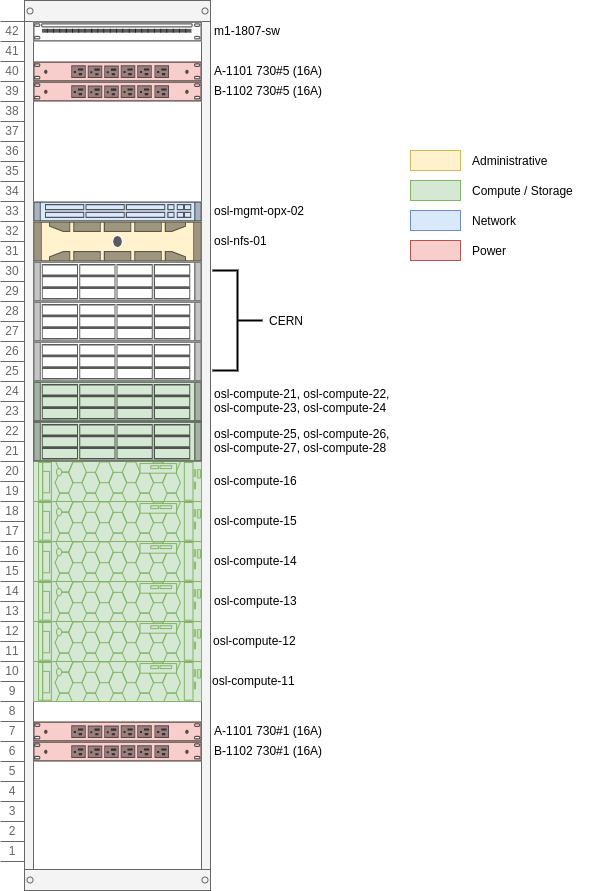
The draw.io diagram docs/team/development/images/osl-rack-3.png in norcams/iaas, before a commit. Source tidied: cells renumbered, new cells last; positions are measured from the earlier drawing's top-left corner, leaving out a move shared by most shapes. Its diagram source:
```xml
<mxGraphModel>
  <root>
    <mxCell id="0" />
    <mxCell id="1" parent="0" />
    <mxCell id="2" style="strokeColor=#666666;html=1;verticalLabelPosition=bottom;labelBackgroundColor=#ffffff;verticalAlign=top;shadow=0;dashed=0;shape=mxgraph.rackGeneral.container;fillColor2=#f4f4f4;allowGaps=1;textColor=#666666;numDisp=ascend;" parent="1" vertex="1">
      <mxGeometry width="210" height="890" as="geometry" />
    </mxCell>
    <mxCell id="3" style="strokeColor=#666666;html=1;labelPosition=right;align=left;spacingLeft=15;shadow=0;dashed=0;shape=mxgraph.rack.general.cat5e_rack_mount_patch_panel_24_ports;" parent="2" vertex="1">
      <mxGeometry x="33" y="21" width="168" height="20" as="geometry" />
    </mxCell>
    <mxCell id="4" style="strokeColor=#b85450;html=1;labelPosition=right;align=left;spacingLeft=15;shadow=0;dashed=0;shape=mxgraph.rack.dell.power_strip;labelBackgroundColor=#DDFF00;fillColor=#f8cecc;" parent="2" vertex="1">
      <mxGeometry x="33" y="61" width="168" height="20" as="geometry" />
    </mxCell>
    <mxCell id="5" style="shape=mxgraph.rack.cisco.cisco_catalyst_4948_switch;html=1;labelPosition=right;align=left;spacingLeft=15;dashed=0;shadow=0;fillColor=#dae8fc;strokeColor=#6c8ebf;" parent="2" vertex="1">
      <mxGeometry x="33" y="201" width="168" height="20" as="geometry" />
    </mxCell>
    <mxCell id="6" style="strokeColor=#d6b656;html=1;labelPosition=right;align=left;spacingLeft=15;shadow=0;dashed=0;shape=mxgraph.rack.dell.dell_poweredge_2u;fillColor=#fff2cc;" parent="2" vertex="1">
      <mxGeometry x="33" y="221" width="168" height="40" as="geometry" />
    </mxCell>
    <mxCell id="7" style="shape=mxgraph.rack.cisco.cisco_physical_security_multiservice_platform_2u;html=1;labelPosition=right;align=left;spacingLeft=15;dashed=0;shadow=0;fillColor=#ffffff;" parent="2" vertex="1">
      <mxGeometry x="33" y="261" width="168" height="40" as="geometry" />
    </mxCell>
    <mxCell id="8" style="shape=mxgraph.rack.cisco.cisco_physical_security_multiservice_platform_2u;html=1;labelPosition=right;align=left;spacingLeft=15;dashed=0;shadow=0;fillColor=#ffffff;" parent="2" vertex="1">
      <mxGeometry x="33" y="341" width="168" height="40" as="geometry" />
    </mxCell>
    <mxCell id="9" style="strokeColor=#b85450;html=1;labelPosition=right;align=left;spacingLeft=15;shadow=0;dashed=0;shape=mxgraph.rack.dell.power_strip;labelBackgroundColor=#DDFF00;fillColor=#f8cecc;" parent="2" vertex="1">
      <mxGeometry x="33" y="721" width="168" height="20" as="geometry" />
    </mxCell>
    <mxCell id="10" style="strokeColor=#b85450;html=1;labelPosition=right;align=left;spacingLeft=15;shadow=0;dashed=0;shape=mxgraph.rack.dell.power_strip;labelBackgroundColor=#DDFF00;fillColor=#f8cecc;" parent="2" vertex="1">
      <mxGeometry x="33" y="741" width="168" height="20" as="geometry" />
    </mxCell>
    <mxCell id="11" style="strokeColor=#b85450;html=1;labelPosition=right;align=left;spacingLeft=15;shadow=0;dashed=0;shape=mxgraph.rack.dell.power_strip;labelBackgroundColor=#DDFF00;fillColor=#f8cecc;" parent="2" vertex="1">
      <mxGeometry x="33" y="81" width="168" height="20" as="geometry" />
    </mxCell>
    <mxCell id="12" style="strokeColor=#82b366;html=1;labelPosition=right;align=left;spacingLeft=15;shadow=0;dashed=0;shape=mxgraph.rack.dell.poweredge_r740xd;fillColor=#d5e8d4;strokeWidth=1;" parent="2" vertex="1">
      <mxGeometry x="33" y="461" width="168" height="40" as="geometry" />
    </mxCell>
    <mxCell id="13" style="strokeColor=#82b366;html=1;labelPosition=right;align=left;spacingLeft=15;shadow=0;dashed=0;shape=mxgraph.rack.dell.poweredge_r740xd;fillColor=#d5e8d4;" parent="2" vertex="1">
      <mxGeometry x="33" y="501" width="168" height="40" as="geometry" />
    </mxCell>
    <mxCell id="14" style="strokeColor=#82b366;html=1;labelPosition=right;align=left;spacingLeft=15;shadow=0;dashed=0;shape=mxgraph.rack.dell.poweredge_r740xd;fillColor=#d5e8d4;" parent="2" vertex="1">
      <mxGeometry x="33" y="541" width="168" height="40" as="geometry" />
    </mxCell>
    <mxCell id="15" style="strokeColor=#82b366;html=1;labelPosition=right;align=left;spacingLeft=15;shadow=0;dashed=0;shape=mxgraph.rack.dell.poweredge_r740xd;fillColor=#d5e8d4;" parent="2" vertex="1">
      <mxGeometry x="33" y="581" width="168" height="40" as="geometry" />
    </mxCell>
    <mxCell id="16" style="strokeColor=#82b366;html=1;labelPosition=right;align=left;spacingLeft=15;shadow=0;dashed=0;shape=mxgraph.rack.dell.poweredge_r740xd;fillColor=#d5e8d4;" parent="2" vertex="1">
      <mxGeometry x="33" y="621" width="168" height="40" as="geometry" />
    </mxCell>
    <mxCell id="17" style="strokeColor=#82b366;html=1;labelPosition=right;align=left;spacingLeft=15;shadow=0;dashed=0;shape=mxgraph.rack.dell.poweredge_r740xd;fillColor=#d5e8d4;" parent="2" vertex="1">
      <mxGeometry x="33" y="661" width="168" height="40" as="geometry" />
    </mxCell>
    <mxCell id="18" style="shape=mxgraph.rack.cisco.cisco_physical_security_multiservice_platform_2u;html=1;labelPosition=right;align=left;spacingLeft=15;dashed=0;shadow=0;fillColor=#d5e8d4;strokeColor=#82b366;" parent="2" vertex="1">
      <mxGeometry x="33" y="421" width="168" height="40" as="geometry" />
    </mxCell>
    <mxCell id="19" style="shape=mxgraph.rack.cisco.cisco_physical_security_multiservice_platform_2u;html=1;labelPosition=right;align=left;spacingLeft=15;dashed=0;shadow=0;fillColor=#d5e8d4;strokeColor=#82b366;" parent="2" vertex="1">
      <mxGeometry x="33" y="381" width="168" height="40" as="geometry" />
    </mxCell>
    <mxCell id="20" style="shape=mxgraph.rack.cisco.cisco_physical_security_multiservice_platform_2u;html=1;labelPosition=right;align=left;spacingLeft=15;dashed=0;shadow=0;fillColor=#ffffff;" parent="2" vertex="1">
      <mxGeometry x="33" y="301" width="168" height="40" as="geometry" />
    </mxCell>
    <mxCell id="21" value="osl-compute-12" style="text;html=1;strokeColor=none;fillColor=none;align=left;verticalAlign=middle;whiteSpace=wrap;rounded=0;labelBackgroundColor=#ffffff;" parent="1" vertex="1">
      <mxGeometry x="211" y="630" width="100" height="20" as="geometry" />
    </mxCell>
    <mxCell id="22" value="A-1101 730#1 (16A)" style="text;html=1;align=left;verticalAlign=middle;" parent="1" vertex="1">
      <mxGeometry x="212" y="720" width="120" height="20" as="geometry" />
    </mxCell>
    <mxCell id="23" value="B-1102 730#1 (16A)" style="text;html=1;align=left;verticalAlign=middle;" parent="1" vertex="1">
      <mxGeometry x="212" y="740" width="120" height="20" as="geometry" />
    </mxCell>
    <mxCell id="24" value="A-1101 730#5 (16A)" style="text;html=1;align=left;verticalAlign=middle;" parent="1" vertex="1">
      <mxGeometry x="212" y="60" width="120" height="20" as="geometry" />
    </mxCell>
    <mxCell id="25" value="B-1102 730#5 (16A)" style="text;html=1;align=left;verticalAlign=middle;" parent="1" vertex="1">
      <mxGeometry x="212" y="80" width="120" height="20" as="geometry" />
    </mxCell>
    <mxCell id="26" value="osl-compute-11" style="text;html=1;strokeColor=none;fillColor=none;align=left;verticalAlign=middle;whiteSpace=wrap;rounded=0;labelBackgroundColor=#ffffff;" parent="1" vertex="1">
      <mxGeometry x="210" y="670" width="100" height="20" as="geometry" />
    </mxCell>
    <mxCell id="27" value="osl-compute-13" style="text;html=1;strokeColor=none;fillColor=none;align=left;verticalAlign=middle;whiteSpace=wrap;rounded=0;labelBackgroundColor=#ffffff;" parent="1" vertex="1">
      <mxGeometry x="212" y="590" width="100" height="20" as="geometry" />
    </mxCell>
    <mxCell id="28" value="osl-compute-14" style="text;html=1;strokeColor=none;fillColor=none;align=left;verticalAlign=middle;whiteSpace=wrap;rounded=0;labelBackgroundColor=#ffffff;" parent="1" vertex="1">
      <mxGeometry x="212" y="550" width="100" height="20" as="geometry" />
    </mxCell>
    <mxCell id="29" value="osl-compute-15" style="text;html=1;strokeColor=none;fillColor=none;align=left;verticalAlign=middle;whiteSpace=wrap;rounded=0;labelBackgroundColor=#ffffff;" parent="1" vertex="1">
      <mxGeometry x="212" y="510" width="100" height="20" as="geometry" />
    </mxCell>
    <mxCell id="30" value="osl-compute-16" style="text;html=1;strokeColor=none;fillColor=none;align=left;verticalAlign=middle;whiteSpace=wrap;rounded=0;labelBackgroundColor=#ffffff;" parent="1" vertex="1">
      <mxGeometry x="212" y="470" width="100" height="20" as="geometry" />
    </mxCell>
    <mxCell id="31" value="osl-compute-25, osl-compute-26, osl-compute-27, osl-compute-28" style="text;html=1;strokeColor=none;fillColor=none;align=left;verticalAlign=middle;whiteSpace=wrap;rounded=0;labelBackgroundColor=#ffffff;" parent="1" vertex="1">
      <mxGeometry x="212" y="430" width="188" height="20" as="geometry" />
    </mxCell>
    <mxCell id="32" style="rounded=0;whiteSpace=wrap;html=1;labelBackgroundColor=#DDFF00;align=left;fillColor=#fff2cc;strokeColor=#d6b656;" parent="1" vertex="1">
      <mxGeometry x="410" y="150" width="50" height="20" as="geometry" />
    </mxCell>
    <mxCell id="33" style="rounded=0;whiteSpace=wrap;html=1;labelBackgroundColor=#DDFF00;align=left;fillColor=#d5e8d4;strokeColor=#82b366;" parent="1" vertex="1">
      <mxGeometry x="410" y="180" width="50" height="20" as="geometry" />
    </mxCell>
    <mxCell id="34" style="rounded=0;whiteSpace=wrap;html=1;labelBackgroundColor=#DDFF00;align=left;fillColor=#dae8fc;strokeColor=#6c8ebf;" parent="1" vertex="1">
      <mxGeometry x="410" y="210" width="50" height="20" as="geometry" />
    </mxCell>
    <mxCell id="35" style="rounded=0;whiteSpace=wrap;html=1;labelBackgroundColor=#DDFF00;align=left;fillColor=#f8cecc;strokeColor=#b85450;" parent="1" vertex="1">
      <mxGeometry x="410" y="240" width="50" height="20" as="geometry" />
    </mxCell>
    <mxCell id="36" value="Administrative" style="text;html=1;align=left;verticalAlign=middle;" parent="1" vertex="1">
      <mxGeometry x="470" y="150" width="90" height="20" as="geometry" />
    </mxCell>
    <mxCell id="37" value="Compute / Storage" style="text;html=1;align=left;verticalAlign=middle;" parent="1" vertex="1">
      <mxGeometry x="470" y="180" width="120" height="20" as="geometry" />
    </mxCell>
    <mxCell id="38" value="Network" style="text;html=1;align=left;verticalAlign=middle;" parent="1" vertex="1">
      <mxGeometry x="470" y="210" width="60" height="20" as="geometry" />
    </mxCell>
    <mxCell id="39" value="Power" style="text;html=1;align=left;verticalAlign=middle;" parent="1" vertex="1">
      <mxGeometry x="470" y="240" width="50" height="20" as="geometry" />
    </mxCell>
    <mxCell id="40" value="osl-nfs-01" style="text;html=1;strokeColor=none;fillColor=none;align=left;verticalAlign=middle;whiteSpace=wrap;rounded=0;labelBackgroundColor=#ffffff;" parent="1" vertex="1">
      <mxGeometry x="212" y="230" width="100" height="20" as="geometry" />
    </mxCell>
    <mxCell id="41" value="osl-mgmt-opx-02" style="text;html=1;strokeColor=none;fillColor=none;align=left;verticalAlign=middle;whiteSpace=wrap;rounded=0;labelBackgroundColor=#ffffff;" parent="1" vertex="1">
      <mxGeometry x="212" y="200" width="100" height="20" as="geometry" />
    </mxCell>
    <mxCell id="42" value="osl-compute-21, osl-compute-22, osl-compute-23, osl-compute-24" style="text;html=1;strokeColor=none;fillColor=none;align=left;verticalAlign=middle;whiteSpace=wrap;rounded=0;labelBackgroundColor=#ffffff;" parent="1" vertex="1">
      <mxGeometry x="212" y="390" width="188" height="20" as="geometry" />
    </mxCell>
    <mxCell id="43" style="strokeWidth=2;html=1;shape=mxgraph.flowchart.annotation_2;align=left;labelPosition=right;direction=west;" parent="1" vertex="1">
      <mxGeometry x="212" y="270" width="50" height="100" as="geometry" />
    </mxCell>
    <mxCell id="44" value="CERN" style="text;html=1;align=center;verticalAlign=middle;" parent="1" vertex="1">
      <mxGeometry x="261" y="310" width="50" height="20" as="geometry" />
    </mxCell>
    <mxCell id="45" value="m1-1807-sw" style="text;html=1;align=left;verticalAlign=middle;" parent="1" vertex="1">
      <mxGeometry x="212" y="20" width="80" height="20" as="geometry" />
    </mxCell>
  </root>
</mxGraphModel>
```
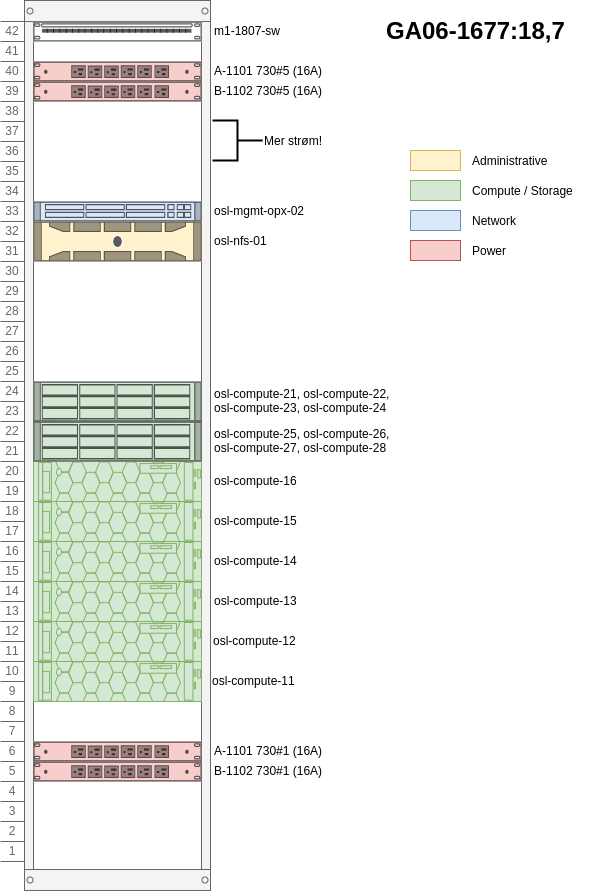
Later version of the same file.

Change to the diagram source:
```diff
@@ -17,18 +17,6 @@
     <mxCell id="6" style="strokeColor=#d6b656;html=1;labelPosition=right;align=left;spacingLeft=15;shadow=0;dashed=0;shape=mxgraph.rack.dell.dell_poweredge_2u;fillColor=#fff2cc;" parent="2" vertex="1">
       <mxGeometry x="33" y="221" width="168" height="40" as="geometry" />
     </mxCell>
-    <mxCell id="7" style="shape=mxgraph.rack.cisco.cisco_physical_security_multiservice_platform_2u;html=1;labelPosition=right;align=left;spacingLeft=15;dashed=0;shadow=0;fillColor=#ffffff;" parent="2" vertex="1">
-      <mxGeometry x="33" y="261" width="168" height="40" as="geometry" />
-    </mxCell>
-    <mxCell id="8" style="shape=mxgraph.rack.cisco.cisco_physical_security_multiservice_platform_2u;html=1;labelPosition=right;align=left;spacingLeft=15;dashed=0;shadow=0;fillColor=#ffffff;" parent="2" vertex="1">
-      <mxGeometry x="33" y="341" width="168" height="40" as="geometry" />
-    </mxCell>
-    <mxCell id="9" style="strokeColor=#b85450;html=1;labelPosition=right;align=left;spacingLeft=15;shadow=0;dashed=0;shape=mxgraph.rack.dell.power_strip;labelBackgroundColor=#DDFF00;fillColor=#f8cecc;" parent="2" vertex="1">
-      <mxGeometry x="33" y="721" width="168" height="20" as="geometry" />
-    </mxCell>
-    <mxCell id="10" style="strokeColor=#b85450;html=1;labelPosition=right;align=left;spacingLeft=15;shadow=0;dashed=0;shape=mxgraph.rack.dell.power_strip;labelBackgroundColor=#DDFF00;fillColor=#f8cecc;" parent="2" vertex="1">
-      <mxGeometry x="33" y="741" width="168" height="20" as="geometry" />
-    </mxCell>
     <mxCell id="11" style="strokeColor=#b85450;html=1;labelPosition=right;align=left;spacingLeft=15;shadow=0;dashed=0;shape=mxgraph.rack.dell.power_strip;labelBackgroundColor=#DDFF00;fillColor=#f8cecc;" parent="2" vertex="1">
       <mxGeometry x="33" y="81" width="168" height="20" as="geometry" />
     </mxCell>
@@ -56,17 +44,20 @@
     <mxCell id="19" style="shape=mxgraph.rack.cisco.cisco_physical_security_multiservice_platform_2u;html=1;labelPosition=right;align=left;spacingLeft=15;dashed=0;shadow=0;fillColor=#d5e8d4;strokeColor=#82b366;" parent="2" vertex="1">
       <mxGeometry x="33" y="381" width="168" height="40" as="geometry" />
     </mxCell>
-    <mxCell id="20" style="shape=mxgraph.rack.cisco.cisco_physical_security_multiservice_platform_2u;html=1;labelPosition=right;align=left;spacingLeft=15;dashed=0;shadow=0;fillColor=#ffffff;" parent="2" vertex="1">
-      <mxGeometry x="33" y="301" width="168" height="40" as="geometry" />
-    </mxCell>
+    <mxCell id="9" style="strokeColor=#b85450;html=1;labelPosition=right;align=left;spacingLeft=15;shadow=0;dashed=0;shape=mxgraph.rack.dell.power_strip;labelBackgroundColor=#DDFF00;fillColor=#f8cecc;" parent="2" vertex="1">
+      <mxGeometry x="33" y="741" width="168" height="20" as="geometry" />
+    </mxCell>
+    <mxCell id="10" style="strokeColor=#b85450;html=1;labelPosition=right;align=left;spacingLeft=15;shadow=0;dashed=0;shape=mxgraph.rack.dell.power_strip;labelBackgroundColor=#DDFF00;fillColor=#f8cecc;" parent="2" vertex="1">
+      <mxGeometry x="33" y="761" width="168" height="20" as="geometry" />
+    </mxCell>
     <mxCell id="21" value="osl-compute-12" style="text;html=1;strokeColor=none;fillColor=none;align=left;verticalAlign=middle;whiteSpace=wrap;rounded=0;labelBackgroundColor=#ffffff;" parent="1" vertex="1">
       <mxGeometry x="211" y="630" width="100" height="20" as="geometry" />
     </mxCell>
     <mxCell id="22" value="A-1101 730#1 (16A)" style="text;html=1;align=left;verticalAlign=middle;" parent="1" vertex="1">
-      <mxGeometry x="212" y="720" width="120" height="20" as="geometry" />
+      <mxGeometry x="212" y="740" width="120" height="20" as="geometry" />
     </mxCell>
     <mxCell id="23" value="B-1102 730#1 (16A)" style="text;html=1;align=left;verticalAlign=middle;" parent="1" vertex="1">
-      <mxGeometry x="212" y="740" width="120" height="20" as="geometry" />
+      <mxGeometry x="212" y="760" width="120" height="20" as="geometry" />
     </mxCell>
     <mxCell id="24" value="A-1101 730#5 (16A)" style="text;html=1;align=left;verticalAlign=middle;" parent="1" vertex="1">
       <mxGeometry x="212" y="60" width="120" height="20" as="geometry" />
@@ -125,14 +116,17 @@
     <mxCell id="42" value="osl-compute-21, osl-compute-22, osl-compute-23, osl-compute-24" style="text;html=1;strokeColor=none;fillColor=none;align=left;verticalAlign=middle;whiteSpace=wrap;rounded=0;labelBackgroundColor=#ffffff;" parent="1" vertex="1">
       <mxGeometry x="212" y="390" width="188" height="20" as="geometry" />
     </mxCell>
-    <mxCell id="43" style="strokeWidth=2;html=1;shape=mxgraph.flowchart.annotation_2;align=left;labelPosition=right;direction=west;" parent="1" vertex="1">
-      <mxGeometry x="212" y="270" width="50" height="100" as="geometry" />
-    </mxCell>
-    <mxCell id="44" value="CERN" style="text;html=1;align=center;verticalAlign=middle;" parent="1" vertex="1">
-      <mxGeometry x="261" y="310" width="50" height="20" as="geometry" />
-    </mxCell>
     <mxCell id="45" value="m1-1807-sw" style="text;html=1;align=left;verticalAlign=middle;" parent="1" vertex="1">
       <mxGeometry x="212" y="20" width="80" height="20" as="geometry" />
     </mxCell>
+    <mxCell id="46" value="&lt;font style=&quot;font-size: 24px&quot;&gt;&lt;b&gt;GA06-1677:18,7&lt;/b&gt;&lt;/font&gt;" style="text;html=1;align=center;verticalAlign=middle;" parent="1" vertex="1">
+      <mxGeometry x="380" y="20" width="190" height="20" as="geometry" />
+    </mxCell>
+    <mxCell id="47" style="strokeWidth=2;html=1;shape=mxgraph.flowchart.annotation_2;align=left;labelPosition=right;direction=west;" parent="1" vertex="1">
+      <mxGeometry x="212" y="120" width="50" height="40" as="geometry" />
+    </mxCell>
+    <mxCell id="48" value="Mer strøm!" style="text;html=1;align=left;verticalAlign=middle;" parent="1" vertex="1">
+      <mxGeometry x="262" y="130" width="70" height="20" as="geometry" />
+    </mxCell>
   </root>
 </mxGraphModel>
```
